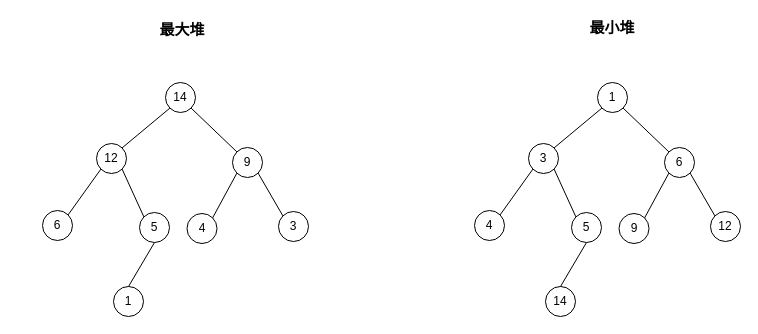
Above: Heap/xml/heap.drawio in mstao/data-structures (draw.io), before the change. Source tidied: cells renumbered, new cells numbered last; positions are measured from the earlier drawing's top-left corner, leaving out a move shared by most shapes. Both pictures are drawn from the tidied source at 100%, with x=0, y=0 at pixel (42, 17).
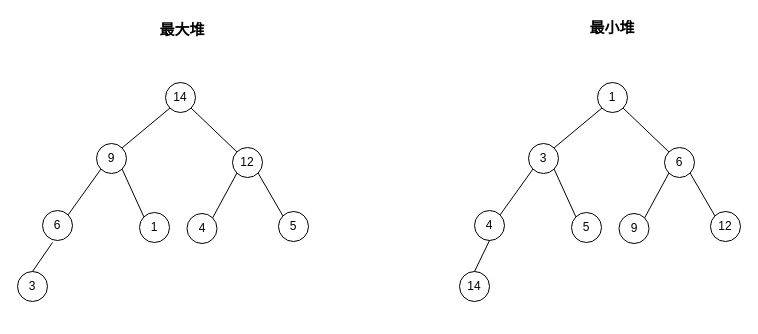
Above is the later version.

The change refers to these unchanged cells:
```xml
<mxCell id="21" value="4" style="ellipse;whiteSpace=wrap;html=1;" parent="1" vertex="1">
  <mxGeometry x="432" y="193" width="30" height="30" as="geometry" />
</mxCell>
<mxCell id="22" value="5" style="ellipse;whiteSpace=wrap;html=1;" parent="1" vertex="1">
  <mxGeometry x="529" y="195" width="30" height="30" as="geometry" />
</mxCell>
```

The edit, as a diff of the source:
```diff
@@
-    <mxCell id="3" value="12" style="ellipse;whiteSpace=wrap;html=1;" parent="1" vertex="1">
+    <mxCell id="3" value="9" style="ellipse;whiteSpace=wrap;html=1;" parent="1" vertex="1">
       <mxGeometry x="54" y="126" width="30" height="30" as="geometry" />
     </mxCell>
-    <mxCell id="4" value="9" style="ellipse;whiteSpace=wrap;html=1;" parent="1" vertex="1">
+    <mxCell id="4" value="12" style="ellipse;whiteSpace=wrap;html=1;" parent="1" vertex="1">
       <mxGeometry x="190" y="130" width="30" height="30" as="geometry" />
     </mxCell>
@@
-    <mxCell id="6" value="5" style="ellipse;whiteSpace=wrap;html=1;" parent="1" vertex="1">
+    <mxCell id="6" value="1" style="ellipse;whiteSpace=wrap;html=1;" parent="1" vertex="1">
       <mxGeometry x="97" y="195" width="30" height="30" as="geometry" />
     </mxCell>
-    <mxCell id="7" value="1" style="ellipse;whiteSpace=wrap;html=1;" parent="1" vertex="1">
-      <mxGeometry x="71" y="269" width="30" height="30" as="geometry" />
+    <mxCell id="7" value="3" style="ellipse;whiteSpace=wrap;html=1;" parent="1" vertex="1">
+      <mxGeometry x="-25" y="254" width="30" height="30" as="geometry" />
     </mxCell>
-    <mxCell id="8" value="3" style="ellipse;whiteSpace=wrap;html=1;" parent="1" vertex="1">
+    <mxCell id="8" value="5" style="ellipse;whiteSpace=wrap;html=1;" parent="1" vertex="1">
       <mxGeometry x="236" y="194" width="30" height="30" as="geometry" />
     </mxCell>
@@
-    <mxCell id="16" style="endArrow=none;html=1;exitX=0.5;exitY=0;exitDx=0;exitDy=0;entryX=0.5;entryY=1;entryDx=0;entryDy=0;" parent="1" edge="1" source="7" target="6">
-      <mxGeometry relative="1" as="geometry" />
+    <mxCell id="16" style="endArrow=none;html=1;exitX=0.5;exitY=0;exitDx=0;exitDy=0;" parent="1" edge="1" source="7">
+      <mxGeometry relative="1" as="geometry">
+        <mxPoint x="10" y="225" as="targetPoint" />
+      </mxGeometry>
     </mxCell>
@@
     <mxCell id="23" value="14" style="ellipse;whiteSpace=wrap;html=1;" parent="1" vertex="1">
-      <mxGeometry x="503" y="269" width="30" height="30" as="geometry" />
+      <mxGeometry x="417" y="254" width="30" height="30" as="geometry" />
     </mxCell>
@@
-    <mxCell id="32" style="endArrow=none;html=1;exitX=0.5;exitY=0;exitDx=0;exitDy=0;entryX=0.5;entryY=1;entryDx=0;entryDy=0;" parent="1" edge="1" source="23" target="22">
+    <mxCell id="32" style="endArrow=none;html=1;exitX=0.5;exitY=0;exitDx=0;exitDy=0;entryX=0.5;entryY=1;entryDx=0;entryDy=0;" parent="1" edge="1" source="23" target="21">
       <mxGeometry relative="1" as="geometry" />
     </mxCell>
```
